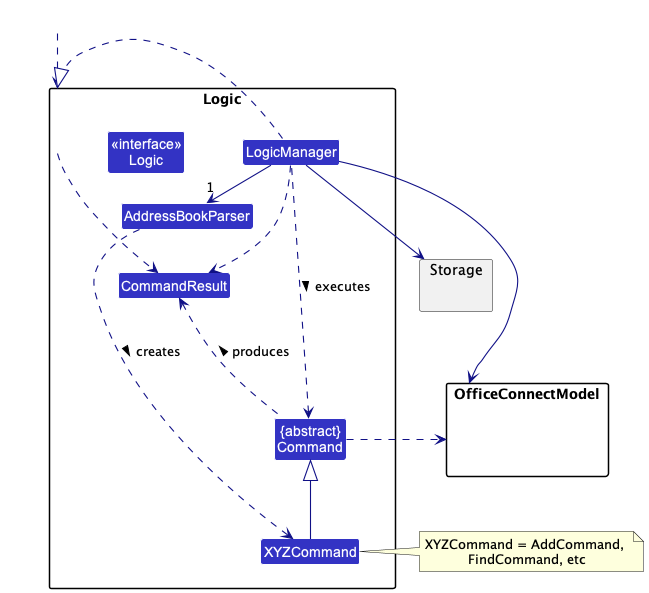
Earlier version of the PlantUML export docs/images/LogicClassDiagram.png (nus-cs2103-AY2223S2/tp).
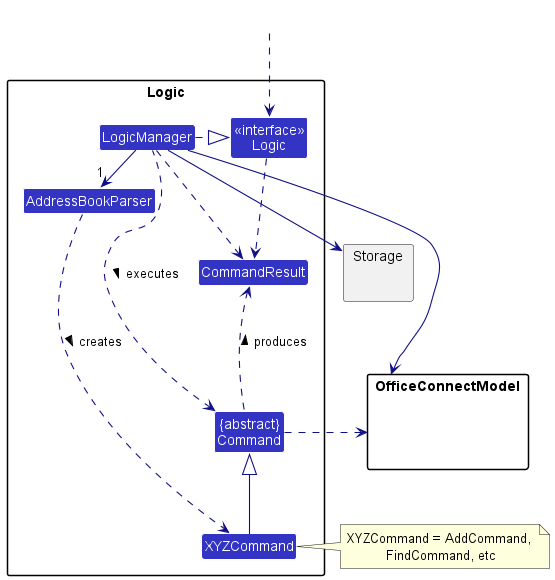
Later version of the same file.

Diff of the diagram source:
```diff
@@ -12,7 +12,7 @@
 Class "{abstract}\nCommand" as Command
 
 
-Class "<<interface>>\nLogic" as Logic
+Class "<<interface>>\nLogic" as LogicI
 Class LogicManager
 }
 
@@ -24,9 +24,9 @@
 }
 
 Class HiddenOutside #FFFFFF
-HiddenOutside ..> Logic
+HiddenOutside ..> LogicI
 
-LogicManager .right.|> Logic
+LogicManager .right.|> LogicI
 LogicManager -right->"1" AddressBookParser
 AddressBookParser ..> XYZCommand : creates >
 
@@ -40,7 +40,7 @@
 Command .right.> Model
 note right of XYZCommand: XYZCommand = AddCommand, \nFindCommand, etc
 
-Logic ..> CommandResult
+LogicI ..> CommandResult
 LogicManager .down.> CommandResult
 Command .up.> CommandResult : produces >
 @enduml
```
